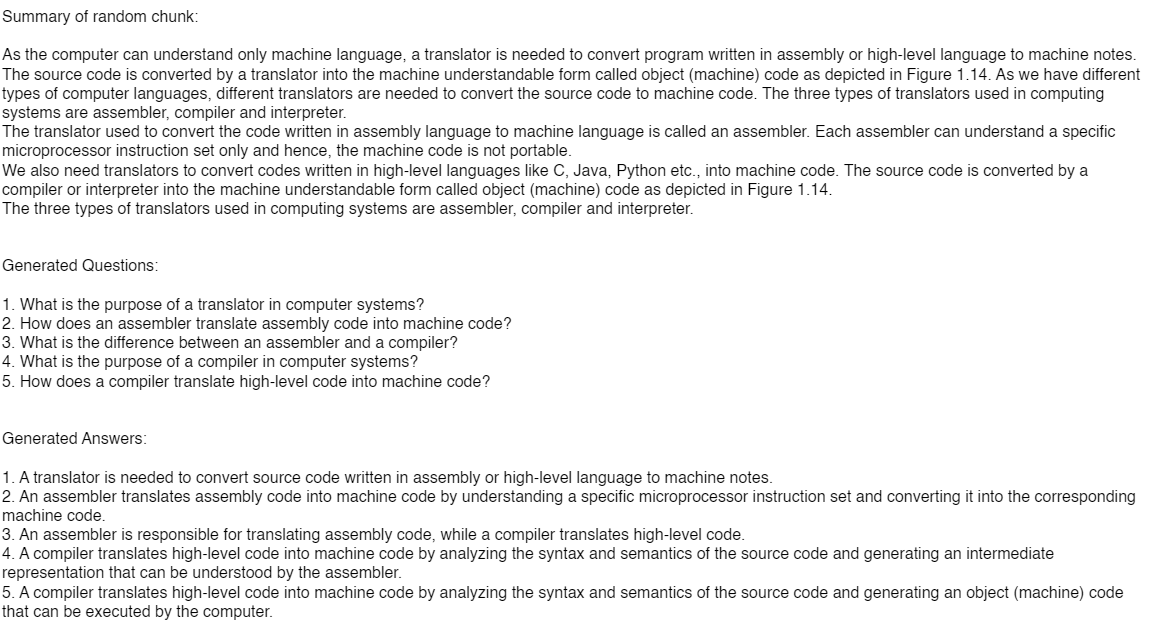
This is images/sample-output.png from lomash-relia/QAPipleline-using-LLMs, a draw.io export, as it was before one commit. Source tidied: cells renumbered, new cells last; positions are measured from the earlier drawing's top-left corner, leaving out a move shared by most shapes. Source of this version:
```xml
<mxGraphModel>
  <root>
    <mxCell id="0" />
    <mxCell id="1" parent="0" />
    <mxCell id="2" value="&lt;font style=&quot;font-size: 16px;&quot;&gt;Summary of random chunk:&lt;br&gt;&lt;br&gt;&lt;/font&gt;&lt;div style=&quot;font-size: 16px;&quot;&gt;&lt;font style=&quot;font-size: 16px;&quot;&gt;As the computer can understand only machine language, a translator is needed to convert program written in assembly or high-level language to machine notes. The source code is converted by a translator into the machine understandable form called object (machine) code as depicted in Figure 1.14. As we have different types of computer languages, different translators are needed to convert the source code to machine code. The three types of translators used in computing systems are assembler, compiler and interpreter.&lt;br&gt;The translator used to convert the code written in assembly language to machine language is called an assembler. Each assembler can understand a specific microprocessor instruction set only and hence, the machine code is not portable.&lt;br&gt;We also need translators to convert codes written in high-level languages like C, Java, Python etc., into machine code. The source code is converted by a compiler or interpreter into the machine understandable form called object (machine) code as depicted in Figure 1.14.&lt;br&gt;The three types of translators used in computing systems are assembler, compiler and interpreter.&lt;br&gt;&lt;br&gt;&lt;/font&gt;&lt;/div&gt;&lt;div style=&quot;font-size: 16px;&quot;&gt;&lt;font style=&quot;font-size: 16px;&quot;&gt;&lt;br&gt;&lt;/font&gt;&lt;/div&gt;&lt;div style=&quot;font-size: 16px;&quot;&gt;&lt;font style=&quot;font-size: 16px;&quot;&gt;Generated Questions:&lt;br&gt;&lt;br&gt;&lt;/font&gt;&lt;/div&gt;&lt;div style=&quot;font-size: 16px;&quot;&gt;&lt;font style=&quot;font-size: 16px;&quot;&gt;1. What is the purpose of a translator in computer systems?&lt;br&gt;2. How does an assembler translate assembly code into machine code?&lt;br&gt;3. What is the difference between an assembler and a compiler?&lt;br&gt;4. What is the purpose of a compiler in computer systems?&lt;br&gt;5. How does a compiler translate high-level code into machine code?&lt;br&gt;&lt;br&gt;&lt;/font&gt;&lt;/div&gt;&lt;div style=&quot;font-size: 16px;&quot;&gt;&lt;font style=&quot;font-size: 16px;&quot;&gt;&lt;br&gt;&lt;/font&gt;&lt;/div&gt;&lt;div style=&quot;font-size: 16px;&quot;&gt;&lt;font style=&quot;font-size: 16px;&quot;&gt;Generated Answers:&lt;br&gt;&lt;br&gt;1. A translator is needed to convert source code written in assembly or high-level language to machine notes.&lt;br&gt;2. An assembler translates assembly code into machine code by understanding a specific microprocessor instruction set and converting it into the corresponding machine code.&lt;br&gt;3. An assembler is responsible for translating assembly code, while a compiler translates high-level code.&lt;br&gt;4. A compiler translates high-level code into machine code by analyzing the syntax and semantics of the source code and generating an intermediate representation that can be understood by the assembler.&lt;br&gt;5. A compiler translates high-level code into machine code by analyzing the syntax and semantics of the source code and generating an object (machine) code that can be executed by the computer.&lt;/font&gt;&lt;/div&gt;" style="text;whiteSpace=wrap;html=1;" parent="1" vertex="1">
      <mxGeometry width="1150" height="630" as="geometry" />
    </mxCell>
  </root>
</mxGraphModel>
```
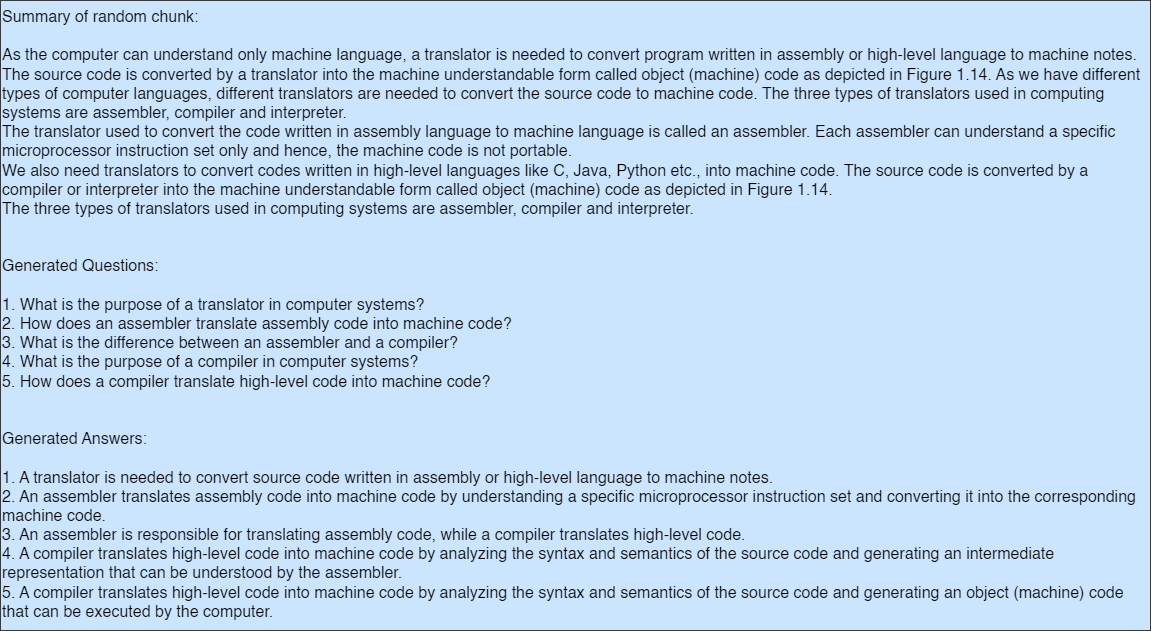
After the commit.

What changed in the source:
```diff
@@ -2,7 +2,7 @@
   <root>
     <mxCell id="0" />
     <mxCell id="1" parent="0" />
-    <mxCell id="2" value="&lt;font style=&quot;font-size: 16px;&quot;&gt;Summary of random chunk:&lt;br&gt;&lt;br&gt;&lt;/font&gt;&lt;div style=&quot;font-size: 16px;&quot;&gt;&lt;font style=&quot;font-size: 16px;&quot;&gt;As the computer can understand only machine language, a translator is needed to convert program written in assembly or high-level language to machine notes. The source code is converted by a translator into the machine understandable form called object (machine) code as depicted in Figure 1.14. As we have different types of computer languages, different translators are needed to convert the source code to machine code. The three types of translators used in computing systems are assembler, compiler and interpreter.&lt;br&gt;The translator used to convert the code written in assembly language to machine language is called an assembler. Each assembler can understand a specific microprocessor instruction set only and hence, the machine code is not portable.&lt;br&gt;We also need translators to convert codes written in high-level languages like C, Java, Python etc., into machine code. The source code is converted by a compiler or interpreter into the machine understandable form called object (machine) code as depicted in Figure 1.14.&lt;br&gt;The three types of translators used in computing systems are assembler, compiler and interpreter.&lt;br&gt;&lt;br&gt;&lt;/font&gt;&lt;/div&gt;&lt;div style=&quot;font-size: 16px;&quot;&gt;&lt;font style=&quot;font-size: 16px;&quot;&gt;&lt;br&gt;&lt;/font&gt;&lt;/div&gt;&lt;div style=&quot;font-size: 16px;&quot;&gt;&lt;font style=&quot;font-size: 16px;&quot;&gt;Generated Questions:&lt;br&gt;&lt;br&gt;&lt;/font&gt;&lt;/div&gt;&lt;div style=&quot;font-size: 16px;&quot;&gt;&lt;font style=&quot;font-size: 16px;&quot;&gt;1. What is the purpose of a translator in computer systems?&lt;br&gt;2. How does an assembler translate assembly code into machine code?&lt;br&gt;3. What is the difference between an assembler and a compiler?&lt;br&gt;4. What is the purpose of a compiler in computer systems?&lt;br&gt;5. How does a compiler translate high-level code into machine code?&lt;br&gt;&lt;br&gt;&lt;/font&gt;&lt;/div&gt;&lt;div style=&quot;font-size: 16px;&quot;&gt;&lt;font style=&quot;font-size: 16px;&quot;&gt;&lt;br&gt;&lt;/font&gt;&lt;/div&gt;&lt;div style=&quot;font-size: 16px;&quot;&gt;&lt;font style=&quot;font-size: 16px;&quot;&gt;Generated Answers:&lt;br&gt;&lt;br&gt;1. A translator is needed to convert source code written in assembly or high-level language to machine notes.&lt;br&gt;2. An assembler translates assembly code into machine code by understanding a specific microprocessor instruction set and converting it into the corresponding machine code.&lt;br&gt;3. An assembler is responsible for translating assembly code, while a compiler translates high-level code.&lt;br&gt;4. A compiler translates high-level code into machine code by analyzing the syntax and semantics of the source code and generating an intermediate representation that can be understood by the assembler.&lt;br&gt;5. A compiler translates high-level code into machine code by analyzing the syntax and semantics of the source code and generating an object (machine) code that can be executed by the computer.&lt;/font&gt;&lt;/div&gt;" style="text;whiteSpace=wrap;html=1;" parent="1" vertex="1">
+    <mxCell id="2" value="&lt;font style=&quot;font-size: 16px;&quot;&gt;Summary of random chunk:&lt;br&gt;&lt;br&gt;&lt;/font&gt;&lt;div style=&quot;font-size: 16px;&quot;&gt;&lt;font style=&quot;font-size: 16px;&quot;&gt;As the computer can understand only machine language, a translator is needed to convert program written in assembly or high-level language to machine notes. The source code is converted by a translator into the machine understandable form called object (machine) code as depicted in Figure 1.14. As we have different types of computer languages, different translators are needed to convert the source code to machine code. The three types of translators used in computing systems are assembler, compiler and interpreter.&lt;br&gt;The translator used to convert the code written in assembly language to machine language is called an assembler. Each assembler can understand a specific microprocessor instruction set only and hence, the machine code is not portable.&lt;br&gt;We also need translators to convert codes written in high-level languages like C, Java, Python etc., into machine code. The source code is converted by a compiler or interpreter into the machine understandable form called object (machine) code as depicted in Figure 1.14.&lt;br&gt;The three types of translators used in computing systems are assembler, compiler and interpreter.&lt;br&gt;&lt;br&gt;&lt;/font&gt;&lt;/div&gt;&lt;div style=&quot;font-size: 16px;&quot;&gt;&lt;font style=&quot;font-size: 16px;&quot;&gt;&lt;br&gt;&lt;/font&gt;&lt;/div&gt;&lt;div style=&quot;font-size: 16px;&quot;&gt;&lt;font style=&quot;font-size: 16px;&quot;&gt;Generated Questions:&lt;br&gt;&lt;br&gt;&lt;/font&gt;&lt;/div&gt;&lt;div style=&quot;font-size: 16px;&quot;&gt;&lt;font style=&quot;font-size: 16px;&quot;&gt;1. What is the purpose of a translator in computer systems?&lt;br&gt;2. How does an assembler translate assembly code into machine code?&lt;br&gt;3. What is the difference between an assembler and a compiler?&lt;br&gt;4. What is the purpose of a compiler in computer systems?&lt;br&gt;5. How does a compiler translate high-level code into machine code?&lt;br&gt;&lt;br&gt;&lt;/font&gt;&lt;/div&gt;&lt;div style=&quot;font-size: 16px;&quot;&gt;&lt;font style=&quot;font-size: 16px;&quot;&gt;&lt;br&gt;&lt;/font&gt;&lt;/div&gt;&lt;div style=&quot;font-size: 16px;&quot;&gt;&lt;font style=&quot;font-size: 16px;&quot;&gt;Generated Answers:&lt;br&gt;&lt;br&gt;1. A translator is needed to convert source code written in assembly or high-level language to machine notes.&lt;br&gt;2. An assembler translates assembly code into machine code by understanding a specific microprocessor instruction set and converting it into the corresponding machine code.&lt;br&gt;3. An assembler is responsible for translating assembly code, while a compiler translates high-level code.&lt;br&gt;4. A compiler translates high-level code into machine code by analyzing the syntax and semantics of the source code and generating an intermediate representation that can be understood by the assembler.&lt;br&gt;5. A compiler translates high-level code into machine code by analyzing the syntax and semantics of the source code and generating an object (machine) code that can be executed by the computer.&lt;/font&gt;&lt;/div&gt;" style="text;whiteSpace=wrap;html=1;fillColor=#cce5ff;strokeColor=#36393d;fillStyle=auto;rounded=0;glass=0;shadow=0;" parent="1" vertex="1">
       <mxGeometry width="1150" height="630" as="geometry" />
     </mxCell>
   </root>
```
